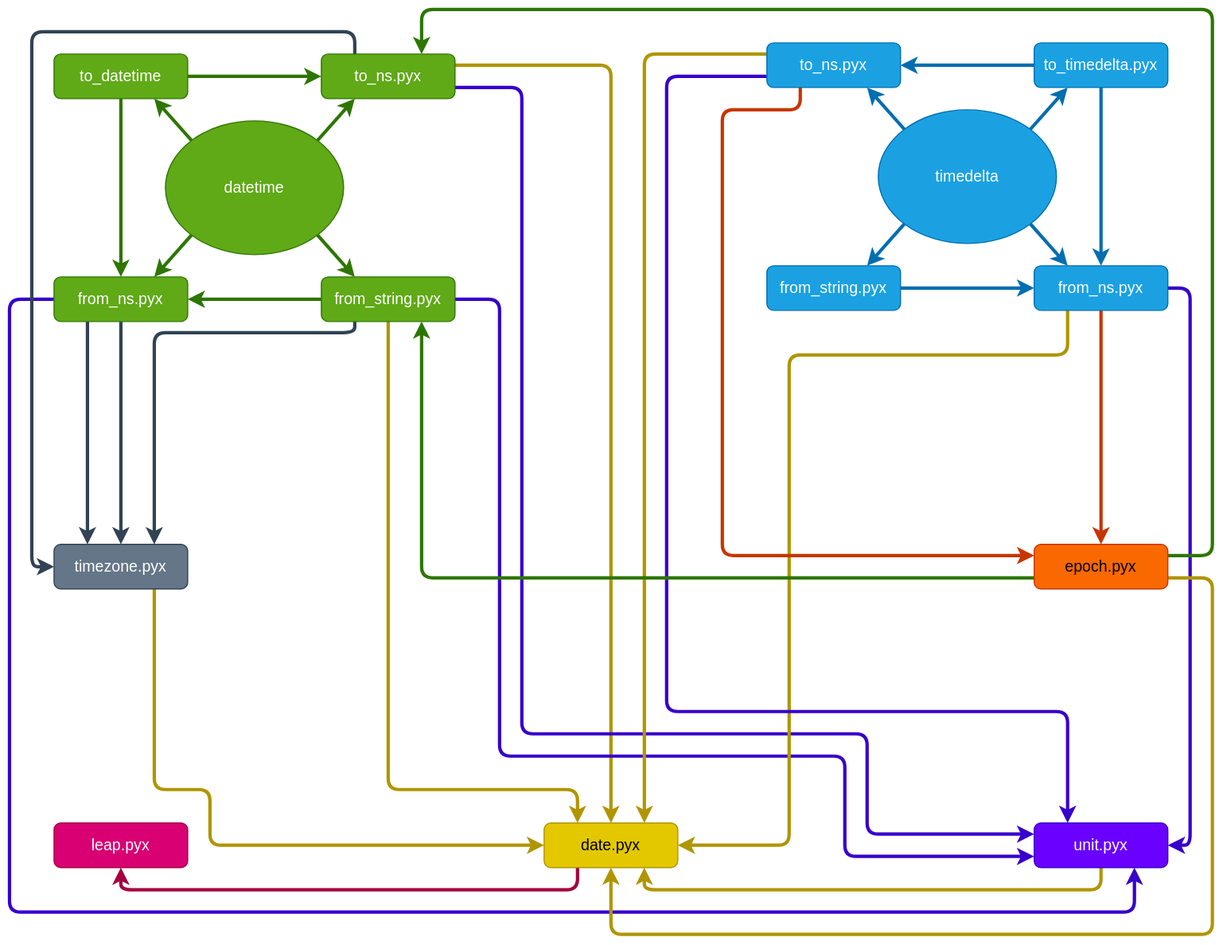
The draw.io diagram docs/time_dependency.drawio.svg in eerkela/bertrand, before a commit. Source tidied: cells renumbered, new cells last; positions are measured from the earlier drawing's top-left corner, leaving out a move shared by most shapes.
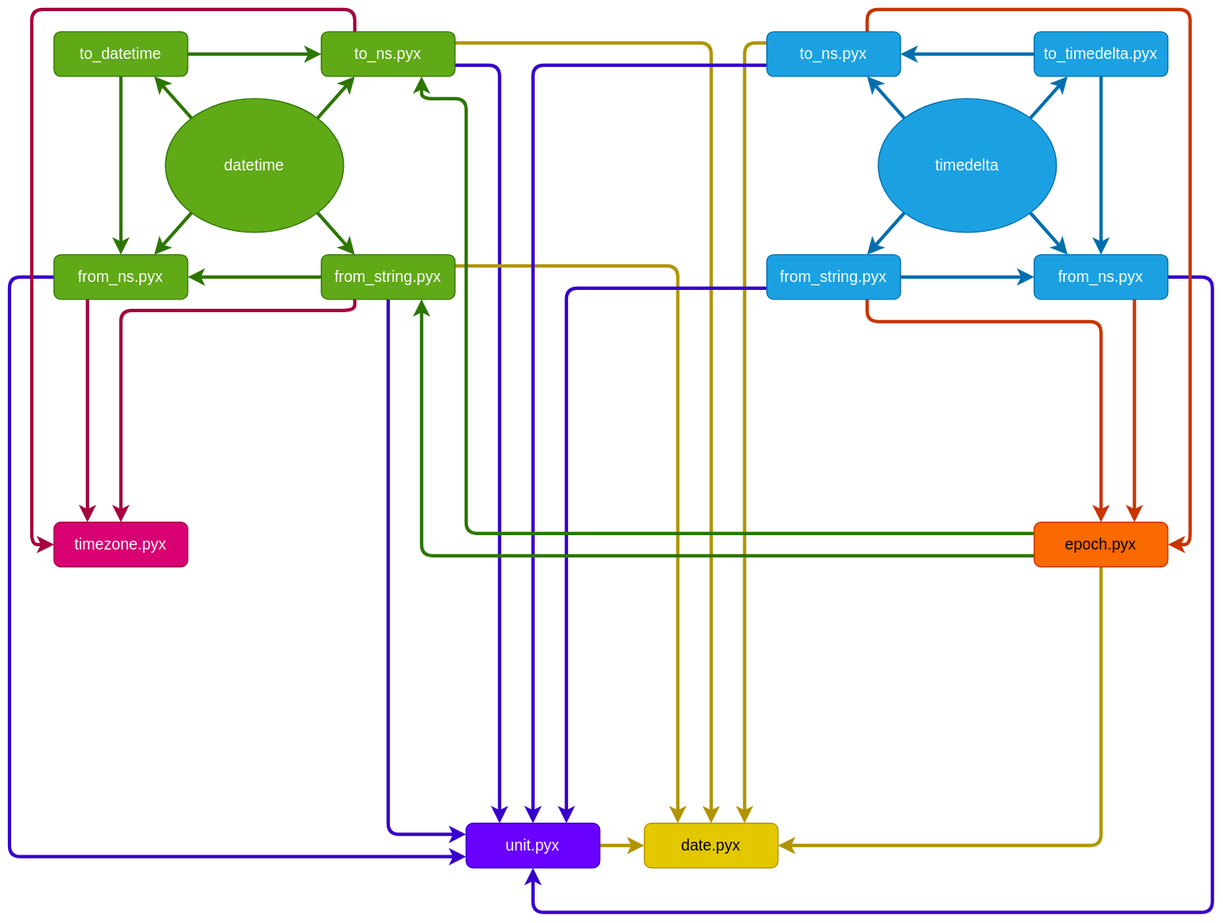
Above is the later version.

Diff of the diagram source:
```diff
@@ -15,7 +15,7 @@
       <mxGeometry relative="1" as="geometry" />
     </mxCell>
     <mxCell id="6" value="timedelta" style="ellipse;whiteSpace=wrap;html=1;fontSize=14;fillColor=#1ba1e2;fontColor=#ffffff;strokeColor=#006EAF;" parent="1" vertex="1">
-      <mxGeometry x="780" y="90" width="160" height="120" as="geometry" />
+      <mxGeometry x="780" y="100" width="160" height="120" as="geometry" />
     </mxCell>
     <mxCell id="7" style="edgeStyle=none;html=1;exitX=0;exitY=1;exitDx=0;exitDy=0;entryX=0.75;entryY=0;entryDx=0;entryDy=0;fontSize=14;strokeWidth=3;fillColor=#60a917;strokeColor=#2D7600;" parent="1" edge="1" source="12" target="16">
       <mxGeometry relative="1" as="geometry" />
@@ -29,44 +29,32 @@
     <mxCell id="10" style="edgeStyle=none;html=1;exitX=1;exitY=0;exitDx=0;exitDy=0;entryX=0.25;entryY=1;entryDx=0;entryDy=0;fontSize=14;fillColor=#60a917;strokeColor=#2D7600;strokeWidth=3;" parent="1" edge="1" source="12" target="20">
       <mxGeometry relative="1" as="geometry" />
     </mxCell>
-    <mxCell id="11" style="edgeStyle=none;html=1;entryX=0;entryY=0.5;entryDx=0;entryDy=0;fontSize=14;startArrow=none;exitX=0.75;exitY=1;exitDx=0;exitDy=0;fillColor=#e3c800;strokeColor=#B09500;strokeWidth=3;" parent="1" edge="1" source="51" target="43">
-      <mxGeometry relative="1" as="geometry">
-        <Array as="points">
-          <mxPoint x="130" y="700" />
-          <mxPoint x="180" y="700" />
-          <mxPoint x="180" y="750" />
-        </Array>
-      </mxGeometry>
-    </mxCell>
     <mxCell id="12" value="datetime" style="ellipse;whiteSpace=wrap;html=1;fontSize=14;fillColor=#60a917;fontColor=#ffffff;strokeColor=#2D7600;" parent="1" vertex="1">
       <mxGeometry x="140" y="100" width="160" height="120" as="geometry" />
     </mxCell>
-    <mxCell id="13" style="edgeStyle=none;html=1;entryX=0.25;entryY=0;entryDx=0;entryDy=0;fontSize=14;exitX=0.25;exitY=1;exitDx=0;exitDy=0;strokeWidth=3;fillColor=#647687;strokeColor=#314354;" parent="1" edge="1" source="16" target="51">
+    <mxCell id="13" style="edgeStyle=none;html=1;entryX=0.25;entryY=0;entryDx=0;entryDy=0;fontSize=14;exitX=0.25;exitY=1;exitDx=0;exitDy=0;strokeWidth=3;fillColor=#d80073;strokeColor=#A50040;" parent="1" edge="1" source="16" target="51">
       <mxGeometry relative="1" as="geometry" />
     </mxCell>
-    <mxCell id="14" style="edgeStyle=none;html=1;exitX=0;exitY=0.5;exitDx=0;exitDy=0;fontSize=14;entryX=0.75;entryY=1;entryDx=0;entryDy=0;fillColor=#6a00ff;strokeColor=#3700CC;strokeWidth=3;" parent="1" edge="1" source="16" target="46">
+    <mxCell id="14" style="edgeStyle=none;html=1;exitX=0;exitY=0.5;exitDx=0;exitDy=0;fontSize=14;entryX=0;entryY=0.75;entryDx=0;entryDy=0;fillColor=#6a00ff;strokeColor=#3700CC;strokeWidth=3;" parent="1" edge="1" source="16" target="46">
       <mxGeometry relative="1" as="geometry">
         <Array as="points">
           <mxPoint y="260" />
-          <mxPoint y="810" />
-          <mxPoint x="1010" y="810" />
+          <mxPoint y="780" />
         </Array>
       </mxGeometry>
     </mxCell>
-    <mxCell id="15" style="edgeStyle=none;html=1;exitX=0.5;exitY=1;exitDx=0;exitDy=0;entryX=0.5;entryY=0;entryDx=0;entryDy=0;fontSize=14;strokeWidth=3;fillColor=#647687;strokeColor=#314354;" parent="1" edge="1" source="16" target="51">
-      <mxGeometry relative="1" as="geometry" />
-    </mxCell>
     <mxCell id="16" value="from_ns.pyx" style="rounded=1;whiteSpace=wrap;html=1;fontSize=14;fillColor=#60a917;fontColor=#ffffff;strokeColor=#2D7600;" parent="1" vertex="1">
       <mxGeometry x="40" y="240" width="120" height="40" as="geometry" />
     </mxCell>
     <mxCell id="17" style="edgeStyle=none;html=1;entryX=0.5;entryY=0;entryDx=0;entryDy=0;fontSize=14;exitX=1;exitY=0.25;exitDx=0;exitDy=0;strokeWidth=3;fillColor=#e3c800;strokeColor=#B09500;" parent="1" edge="1" source="20" target="43">
       <mxGeometry relative="1" as="geometry">
         <Array as="points">
-          <mxPoint x="540" y="50" />
+          <mxPoint x="630" y="50" />
+          <mxPoint x="630" y="730" />
         </Array>
       </mxGeometry>
     </mxCell>
-    <mxCell id="18" style="edgeStyle=none;html=1;exitX=0.25;exitY=0;exitDx=0;exitDy=0;entryX=0;entryY=0.5;entryDx=0;entryDy=0;fontSize=14;strokeWidth=3;fillColor=#647687;strokeColor=#314354;" parent="1" edge="1" source="20" target="51">
+    <mxCell id="18" style="edgeStyle=none;html=1;exitX=0.25;exitY=0;exitDx=0;exitDy=0;entryX=0;entryY=0.5;entryDx=0;entryDy=0;fontSize=14;strokeWidth=3;fillColor=#d80073;strokeColor=#A50040;" parent="1" edge="1" source="20" target="51">
       <mxGeometry relative="1" as="geometry">
         <Array as="points">
           <mxPoint x="310" y="20" />
@@ -75,45 +63,38 @@
         </Array>
       </mxGeometry>
     </mxCell>
-    <mxCell id="19" style="edgeStyle=none;html=1;exitX=1;exitY=0.75;exitDx=0;exitDy=0;entryX=0;entryY=0.25;entryDx=0;entryDy=0;fontSize=14;strokeWidth=3;fillColor=#6a00ff;strokeColor=#3700CC;" parent="1" edge="1" source="20" target="46">
+    <mxCell id="19" style="edgeStyle=none;html=1;exitX=1;exitY=0.75;exitDx=0;exitDy=0;entryX=0.25;entryY=0;entryDx=0;entryDy=0;fontSize=14;strokeWidth=3;fillColor=#6a00ff;strokeColor=#3700CC;" parent="1" edge="1" source="20" target="46">
       <mxGeometry relative="1" as="geometry">
         <Array as="points">
-          <mxPoint x="460" y="70" />
-          <mxPoint x="460" y="650" />
-          <mxPoint x="770" y="650" />
-          <mxPoint x="770" y="740" />
+          <mxPoint x="440" y="70" />
         </Array>
       </mxGeometry>
     </mxCell>
     <mxCell id="20" value="to_ns.pyx" style="rounded=1;whiteSpace=wrap;html=1;fontSize=14;fillColor=#60a917;fontColor=#ffffff;strokeColor=#2D7600;" parent="1" vertex="1">
       <mxGeometry x="280" y="40" width="120" height="40" as="geometry" />
     </mxCell>
-    <mxCell id="21" style="edgeStyle=none;html=1;exitX=0.5;exitY=1;exitDx=0;exitDy=0;fontSize=14;entryX=0.25;entryY=0;entryDx=0;entryDy=0;strokeWidth=3;fillColor=#e3c800;strokeColor=#B09500;" parent="1" edge="1" source="25" target="43">
+    <mxCell id="21" style="edgeStyle=none;html=1;exitX=1;exitY=0.25;exitDx=0;exitDy=0;fontSize=14;strokeWidth=3;fillColor=#e3c800;strokeColor=#B09500;entryX=0.25;entryY=0;entryDx=0;entryDy=0;" parent="1" edge="1" source="25" target="43">
       <mxGeometry relative="1" as="geometry">
         <Array as="points">
-          <mxPoint x="340" y="700" />
-          <mxPoint x="510" y="700" />
+          <mxPoint x="600" y="250" />
         </Array>
       </mxGeometry>
     </mxCell>
     <mxCell id="22" style="edgeStyle=none;html=1;exitX=0;exitY=0.5;exitDx=0;exitDy=0;entryX=1;entryY=0.5;entryDx=0;entryDy=0;fontSize=14;strokeWidth=3;fillColor=#60a917;strokeColor=#2D7600;" parent="1" edge="1" source="25" target="16">
       <mxGeometry relative="1" as="geometry" />
     </mxCell>
-    <mxCell id="23" style="edgeStyle=none;html=1;entryX=0;entryY=0.75;entryDx=0;entryDy=0;fontSize=14;exitX=1;exitY=0.5;exitDx=0;exitDy=0;strokeWidth=3;fillColor=#6a00ff;strokeColor=#3700CC;" parent="1" edge="1" source="25" target="46">
+    <mxCell id="23" style="edgeStyle=none;html=1;entryX=0;entryY=0.25;entryDx=0;entryDy=0;fontSize=14;exitX=0.5;exitY=1;exitDx=0;exitDy=0;strokeWidth=3;fillColor=#6a00ff;strokeColor=#3700CC;" parent="1" edge="1" source="25" target="46">
       <mxGeometry relative="1" as="geometry">
         <Array as="points">
-          <mxPoint x="440" y="260" />
-          <mxPoint x="440" y="670" />
-          <mxPoint x="750" y="670" />
-          <mxPoint x="750" y="760" />
+          <mxPoint x="340" y="760" />
         </Array>
       </mxGeometry>
     </mxCell>
-    <mxCell id="24" style="edgeStyle=none;html=1;exitX=0.25;exitY=1;exitDx=0;exitDy=0;fontSize=14;entryX=0.75;entryY=0;entryDx=0;entryDy=0;strokeWidth=3;fillColor=#647687;strokeColor=#314354;" parent="1" edge="1" source="25" target="51">
+    <mxCell id="24" style="edgeStyle=none;html=1;exitX=0.25;exitY=1;exitDx=0;exitDy=0;fontSize=14;entryX=0.5;entryY=0;entryDx=0;entryDy=0;strokeWidth=3;fillColor=#d80073;strokeColor=#A50040;" parent="1" edge="1" source="25" target="51">
       <mxGeometry relative="1" as="geometry">
         <Array as="points">
           <mxPoint x="310" y="290" />
-          <mxPoint x="130" y="290" />
+          <mxPoint x="100" y="290" />
         </Array>
       </mxGeometry>
     </mxCell>
@@ -136,105 +117,92 @@
       <mxGeometry relative="1" as="geometry" />
     </mxCell>
     <mxCell id="31" value="to_timedelta.pyx" style="rounded=1;whiteSpace=wrap;html=1;fontSize=14;fillColor=#1ba1e2;fontColor=#ffffff;strokeColor=#006EAF;" parent="1" vertex="1">
-      <mxGeometry x="920" y="30" width="120" height="40" as="geometry" />
+      <mxGeometry x="920" y="40" width="120" height="40" as="geometry" />
     </mxCell>
+    <mxCell id="33" style="edgeStyle=none;html=1;exitX=1;exitY=0.5;exitDx=0;exitDy=0;fontSize=14;entryX=0.5;entryY=1;entryDx=0;entryDy=0;strokeWidth=3;fillColor=#6a00ff;strokeColor=#3700CC;" parent="1" edge="1" source="35" target="46">
+      <mxGeometry relative="1" as="geometry">
+        <Array as="points">
+          <mxPoint x="1080" y="260" />
+          <mxPoint x="1080" y="830" />
+          <mxPoint x="470" y="830" />
+        </Array>
+      </mxGeometry>
+    </mxCell>
-    <mxCell id="32" style="edgeStyle=none;html=1;exitX=0.5;exitY=1;exitDx=0;exitDy=0;entryX=0.5;entryY=0;entryDx=0;entryDy=0;fontSize=14;strokeWidth=3;fillColor=#fa6800;strokeColor=#C73500;" parent="1" edge="1" source="35" target="50">
+    <mxCell id="32" style="edgeStyle=none;html=1;exitX=0.75;exitY=1;exitDx=0;exitDy=0;entryX=0.75;entryY=0;entryDx=0;entryDy=0;strokeWidth=3;fillColor=#fa6800;strokeColor=#C73500;" parent="1" edge="1" source="35" target="50">
       <mxGeometry relative="1" as="geometry" />
     </mxCell>
-    <mxCell id="33" style="edgeStyle=none;html=1;exitX=1;exitY=0.5;exitDx=0;exitDy=0;fontSize=14;entryX=1;entryY=0.5;entryDx=0;entryDy=0;strokeWidth=3;fillColor=#6a00ff;strokeColor=#3700CC;" parent="1" edge="1" source="35" target="46">
-      <mxGeometry relative="1" as="geometry">
-        <Array as="points">
-          <mxPoint x="1060" y="250" />
-          <mxPoint x="1060" y="750" />
-        </Array>
-      </mxGeometry>
-    </mxCell>
-    <mxCell id="34" style="edgeStyle=none;html=1;exitX=0.25;exitY=1;exitDx=0;exitDy=0;entryX=1;entryY=0.5;entryDx=0;entryDy=0;fontSize=14;fillColor=#e3c800;strokeColor=#B09500;strokeWidth=3;" parent="1" edge="1" source="35" target="43">
-      <mxGeometry relative="1" as="geometry">
-        <Array as="points">
-          <mxPoint x="950" y="310" />
-          <mxPoint x="700" y="310" />
-          <mxPoint x="700" y="750" />
-        </Array>
-      </mxGeometry>
-    </mxCell>
     <mxCell id="35" value="from_ns.pyx" style="rounded=1;whiteSpace=wrap;html=1;fontSize=14;fillColor=#1ba1e2;fontColor=#ffffff;strokeColor=#006EAF;" parent="1" vertex="1">
-      <mxGeometry x="920" y="230" width="120" height="40" as="geometry" />
+      <mxGeometry x="920" y="240" width="120" height="40" as="geometry" />
     </mxCell>
     <mxCell id="36" style="edgeStyle=none;html=1;exitX=0;exitY=0.25;exitDx=0;exitDy=0;entryX=0.75;entryY=0;entryDx=0;entryDy=0;strokeWidth=3;fillColor=#e3c800;strokeColor=#B09500;" parent="1" edge="1" source="39" target="43">
       <mxGeometry relative="1" as="geometry">
         <Array as="points">
-          <mxPoint x="570" y="40" />
+          <mxPoint x="660" y="50" />
         </Array>
       </mxGeometry>
     </mxCell>
-    <mxCell id="37" style="edgeStyle=none;html=1;exitX=0.25;exitY=1;exitDx=0;exitDy=0;entryX=0;entryY=0.25;entryDx=0;entryDy=0;strokeWidth=3;fillColor=#fa6800;strokeColor=#C73500;" parent="1" edge="1" source="39" target="50">
+    <mxCell id="37" style="edgeStyle=none;html=1;entryX=1;entryY=0.5;entryDx=0;entryDy=0;strokeWidth=3;fillColor=#fa6800;strokeColor=#C73500;exitX=0.75;exitY=0;exitDx=0;exitDy=0;" parent="1" edge="1" source="39" target="50">
       <mxGeometry relative="1" as="geometry">
         <Array as="points">
-          <mxPoint x="710" y="90" />
-          <mxPoint x="640" y="90" />
-          <mxPoint x="640" y="490" />
+          <mxPoint x="770" y="20" />
+          <mxPoint x="1060" y="20" />
+          <mxPoint x="1060" y="500" />
         </Array>
       </mxGeometry>
     </mxCell>
-    <mxCell id="38" style="edgeStyle=none;html=1;exitX=0;exitY=0.75;exitDx=0;exitDy=0;entryX=0.25;entryY=0;entryDx=0;entryDy=0;strokeWidth=3;fillColor=#6a00ff;strokeColor=#3700CC;" parent="1" edge="1" source="39" target="46">
+    <mxCell id="38" style="edgeStyle=none;html=1;exitX=0;exitY=0.75;exitDx=0;exitDy=0;strokeWidth=3;fillColor=#6a00ff;strokeColor=#3700CC;" parent="1" edge="1" source="39" target="46">
       <mxGeometry relative="1" as="geometry">
         <Array as="points">
-          <mxPoint x="590" y="60" />
-          <mxPoint x="590" y="630" />
-          <mxPoint x="950" y="630" />
+          <mxPoint x="470" y="70" />
         </Array>
       </mxGeometry>
     </mxCell>
     <mxCell id="39" value="to_ns.pyx" style="rounded=1;whiteSpace=wrap;html=1;fontSize=14;fillColor=#1ba1e2;fontColor=#ffffff;strokeColor=#006EAF;" parent="1" vertex="1">
-      <mxGeometry x="680" y="30" width="120" height="40" as="geometry" />
+      <mxGeometry x="680" y="40" width="120" height="40" as="geometry" />
     </mxCell>
     <mxCell id="40" style="edgeStyle=none;html=1;exitX=1;exitY=0.5;exitDx=0;exitDy=0;entryX=0;entryY=0.5;entryDx=0;entryDy=0;fontSize=14;strokeWidth=3;fillColor=#1ba1e2;strokeColor=#006EAF;" parent="1" edge="1" source="41" target="35">
       <mxGeometry relative="1" as="geometry" />
     </mxCell>
+    <mxCell id="52" style="edgeStyle=none;html=1;exitX=0.75;exitY=1;exitDx=0;exitDy=0;entryX=0.5;entryY=0;entryDx=0;entryDy=0;strokeWidth=3;fillColor=#fa6800;strokeColor=#C73500;" parent="1" edge="1" source="41" target="50">
+      <mxGeometry relative="1" as="geometry">
+        <Array as="points">
+          <mxPoint x="770" y="300" />
+          <mxPoint x="980" y="300" />
+        </Array>
+      </mxGeometry>
+    </mxCell>
+    <mxCell id="53" style="edgeStyle=none;html=1;entryX=0.75;entryY=0;entryDx=0;entryDy=0;strokeWidth=3;fillColor=#6a00ff;strokeColor=#3700CC;exitX=0;exitY=0.75;exitDx=0;exitDy=0;" parent="1" edge="1" source="41" target="46">
+      <mxGeometry relative="1" as="geometry">
+        <Array as="points">
+          <mxPoint x="500" y="270" />
+        </Array>
+      </mxGeometry>
+    </mxCell>
     <mxCell id="41" value="from_string.pyx" style="rounded=1;whiteSpace=wrap;html=1;fontSize=14;fillColor=#1ba1e2;fontColor=#ffffff;strokeColor=#006EAF;" parent="1" vertex="1">
-      <mxGeometry x="680" y="230" width="120" height="40" as="geometry" />
+      <mxGeometry x="680" y="240" width="120" height="40" as="geometry" />
     </mxCell>
-    <mxCell id="42" style="edgeStyle=none;html=1;exitX=0.25;exitY=1;exitDx=0;exitDy=0;entryX=0.5;entryY=1;entryDx=0;entryDy=0;fontSize=14;fillColor=#d80073;strokeColor=#A50040;strokeWidth=3;" parent="1" edge="1" source="43" target="44">
-      <mxGeometry relative="1" as="geometry">
-        <Array as="points">
-          <mxPoint x="510" y="790" />
-          <mxPoint x="100" y="790" />
-        </Array>
-      </mxGeometry>
-    </mxCell>
     <mxCell id="43" value="date.pyx" style="rounded=1;whiteSpace=wrap;html=1;fontSize=14;fillColor=#e3c800;fontColor=#000000;strokeColor=#B09500;" parent="1" vertex="1">
-      <mxGeometry x="480" y="730" width="120" height="40" as="geometry" />
+      <mxGeometry x="570" y="750" width="120" height="40" as="geometry" />
     </mxCell>
-    <mxCell id="44" value="leap.pyx" style="rounded=1;whiteSpace=wrap;html=1;fontSize=14;fillColor=#d80073;fontColor=#ffffff;strokeColor=#A50040;" parent="1" vertex="1">
-      <mxGeometry x="40" y="730" width="120" height="40" as="geometry" />
-    </mxCell>
-    <mxCell id="45" style="edgeStyle=none;html=1;exitX=0.5;exitY=1;exitDx=0;exitDy=0;entryX=0.75;entryY=1;entryDx=0;entryDy=0;fontSize=14;strokeWidth=3;fillColor=#e3c800;strokeColor=#B09500;" parent="1" edge="1" source="46" target="43">
-      <mxGeometry relative="1" as="geometry">
-        <Array as="points">
-          <mxPoint x="980" y="790" />
-          <mxPoint x="570" y="790" />
-        </Array>
-      </mxGeometry>
+    <mxCell id="45" style="edgeStyle=none;html=1;exitX=1;exitY=0.5;exitDx=0;exitDy=0;fontSize=14;strokeWidth=3;fillColor=#e3c800;strokeColor=#B09500;entryX=0;entryY=0.5;entryDx=0;entryDy=0;" parent="1" edge="1" source="46" target="43">
+      <mxGeometry relative="1" as="geometry" />
     </mxCell>
     <mxCell id="46" value="unit.pyx" style="rounded=1;whiteSpace=wrap;html=1;fontSize=14;fillColor=#6a00ff;fontColor=#ffffff;strokeColor=#3700CC;" parent="1" vertex="1">
-      <mxGeometry x="920" y="730" width="120" height="40" as="geometry" />
+      <mxGeometry x="410" y="750" width="120" height="40" as="geometry" />
     </mxCell>
-    <mxCell id="47" style="edgeStyle=none;html=1;exitX=1;exitY=0.75;exitDx=0;exitDy=0;entryX=0.5;entryY=1;entryDx=0;entryDy=0;fontSize=14;strokeWidth=3;fillColor=#e3c800;strokeColor=#B09500;" parent="1" edge="1" source="50" target="43">
+    <mxCell id="47" style="edgeStyle=none;html=1;exitX=0.5;exitY=1;exitDx=0;exitDy=0;entryX=1;entryY=0.5;entryDx=0;entryDy=0;fontSize=14;strokeWidth=3;fillColor=#e3c800;strokeColor=#B09500;" parent="1" edge="1" source="50" target="43">
       <mxGeometry relative="1" as="geometry">
         <Array as="points">
-          <mxPoint x="1080" y="510" />
-          <mxPoint x="1080" y="830" />
-          <mxPoint x="540" y="830" />
+          <mxPoint x="980" y="770" />
         </Array>
       </mxGeometry>
     </mxCell>
-    <mxCell id="48" style="edgeStyle=none;html=1;exitX=1;exitY=0.25;exitDx=0;exitDy=0;fontSize=14;entryX=0.75;entryY=0;entryDx=0;entryDy=0;strokeWidth=3;fillColor=#60a917;strokeColor=#2D7600;" parent="1" edge="1" source="50" target="20">
+    <mxCell id="48" style="edgeStyle=none;html=1;exitX=0;exitY=0.25;exitDx=0;exitDy=0;fontSize=14;entryX=0.75;entryY=1;entryDx=0;entryDy=0;strokeWidth=3;fillColor=#60a917;strokeColor=#2D7600;" parent="1" edge="1" source="50" target="20">
       <mxGeometry relative="1" as="geometry">
         <Array as="points">
-          <mxPoint x="1080" y="490" />
-          <mxPoint x="1080" />
-          <mxPoint x="370" />
+          <mxPoint x="410" y="490" />
+          <mxPoint x="410" y="100" />
+          <mxPoint x="370" y="100" />
         </Array>
       </mxGeometry>
     </mxCell>
@@ -248,7 +216,7 @@
     <mxCell id="50" value="epoch.pyx" style="rounded=1;whiteSpace=wrap;html=1;fontSize=14;fillColor=#fa6800;fontColor=#000000;strokeColor=#C73500;" parent="1" vertex="1">
       <mxGeometry x="920" y="480" width="120" height="40" as="geometry" />
     </mxCell>
-    <mxCell id="51" value="timezone.pyx" style="rounded=1;whiteSpace=wrap;html=1;fontSize=14;fillColor=#647687;fontColor=#ffffff;strokeColor=#314354;" parent="1" vertex="1">
+    <mxCell id="51" value="timezone.pyx" style="rounded=1;whiteSpace=wrap;html=1;fontSize=14;fillColor=#d80073;fontColor=#ffffff;strokeColor=#A50040;" parent="1" vertex="1">
       <mxGeometry x="40" y="480" width="120" height="40" as="geometry" />
     </mxCell>
   </root>
```
